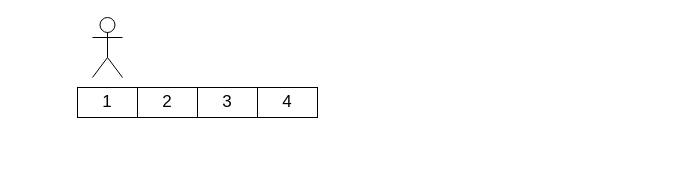
The draw.io diagram NPS/NPS Diagram.dio in prdesalvo/jupyter_notebooks, before the edit. Source tidied: cells renumbered, new cells numbered last; positions are measured from the earlier drawing's top-left corner, leaving out a move shared by most shapes. Both pictures are drawn from the tidied source at 100%, with x=0, y=0 at pixel (77, 17).
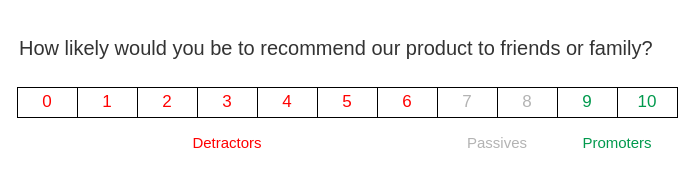
After the change.

What changed in the source:
```diff
@@
-    <mxCell id="2" value="&lt;font style=&quot;font-size: 17px&quot;&gt;1&lt;/font&gt;" style="rounded=0;whiteSpace=wrap;html=1;" parent="1" vertex="1">
+    <mxCell id="2" value="&lt;font style=&quot;font-size: 17px&quot;&gt;1&lt;/font&gt;" style="rounded=0;whiteSpace=wrap;html=1;fontColor=#FF0000;" parent="1" vertex="1">
       <mxGeometry y="70" width="60" height="30" as="geometry" />
     </mxCell>
-    <mxCell id="3" value="&lt;font style=&quot;font-size: 17px&quot;&gt;2&lt;/font&gt;" style="rounded=0;whiteSpace=wrap;html=1;" parent="1" vertex="1">
+    <mxCell id="3" value="&lt;font style=&quot;font-size: 17px&quot;&gt;2&lt;/font&gt;" style="rounded=0;whiteSpace=wrap;html=1;fontColor=#FF0000;" parent="1" vertex="1">
       <mxGeometry x="60" y="70" width="60" height="30" as="geometry" />
     </mxCell>
-    <mxCell id="4" value="&lt;font style=&quot;font-size: 17px&quot;&gt;3&lt;/font&gt;" style="rounded=0;whiteSpace=wrap;html=1;" parent="1" vertex="1">
+    <mxCell id="4" value="&lt;font style=&quot;font-size: 17px&quot;&gt;3&lt;/font&gt;" style="rounded=0;whiteSpace=wrap;html=1;fontColor=#FF0000;" parent="1" vertex="1">
       <mxGeometry x="120" y="70" width="60" height="30" as="geometry" />
     </mxCell>
-    <mxCell id="5" value="&lt;font style=&quot;font-size: 17px&quot;&gt;4&lt;/font&gt;" style="rounded=0;whiteSpace=wrap;html=1;" parent="1" vertex="1">
+    <mxCell id="5" value="&lt;font style=&quot;font-size: 17px&quot;&gt;4&lt;/font&gt;" style="rounded=0;whiteSpace=wrap;html=1;fontColor=#FF0000;" parent="1" vertex="1">
       <mxGeometry x="180" y="70" width="60" height="30" as="geometry" />
     </mxCell>
-    <mxCell id="6" style="shape=umlActor;verticalLabelPosition=bottom;labelBackgroundColor=#ffffff;verticalAlign=top;html=1;" parent="1" vertex="1">
-      <mxGeometry x="15" width="30" height="60" as="geometry" />
-    </mxCell>
+    <mxCell id="7" value="&lt;font style=&quot;font-size: 17px&quot;&gt;5&lt;/font&gt;" style="rounded=0;whiteSpace=wrap;html=1;fontColor=#FF0000;" parent="1" vertex="1">
+      <mxGeometry x="240" y="70" width="60" height="30" as="geometry" />
+    </mxCell>
+    <mxCell id="8" value="&lt;font style=&quot;font-size: 17px&quot;&gt;6&lt;/font&gt;" style="rounded=0;whiteSpace=wrap;html=1;fontColor=#FF0000;" parent="1" vertex="1">
+      <mxGeometry x="300" y="70" width="60" height="30" as="geometry" />
+    </mxCell>
+    <mxCell id="9" value="&lt;font style=&quot;font-size: 17px&quot;&gt;7&lt;/font&gt;" style="rounded=0;whiteSpace=wrap;html=1;fontColor=#B3B3B3;" parent="1" vertex="1">
+      <mxGeometry x="360" y="70" width="60" height="30" as="geometry" />
+    </mxCell>
+    <mxCell id="10" value="&lt;font style=&quot;font-size: 17px&quot;&gt;8&lt;/font&gt;" style="rounded=0;whiteSpace=wrap;html=1;fontColor=#B3B3B3;" parent="1" vertex="1">
+      <mxGeometry x="420" y="70" width="60" height="30" as="geometry" />
+    </mxCell>
+    <mxCell id="11" value="&lt;font style=&quot;font-size: 17px&quot;&gt;10&lt;/font&gt;" style="rounded=0;whiteSpace=wrap;html=1;fontColor=#00994D;" parent="1" vertex="1">
+      <mxGeometry x="540" y="70" width="60" height="30" as="geometry" />
+    </mxCell>
+    <mxCell id="12" value="&lt;font style=&quot;font-size: 17px&quot;&gt;9&lt;/font&gt;" style="rounded=0;whiteSpace=wrap;html=1;fontColor=#00994D;" parent="1" vertex="1">
+      <mxGeometry x="480" y="70" width="60" height="30" as="geometry" />
+    </mxCell>
+    <mxCell id="13" value="Detractors" style="text;html=1;strokeColor=none;fillColor=none;align=center;verticalAlign=middle;whiteSpace=wrap;rounded=0;fontSize=15;fontColor=#FF0000;fontStyle=0;" parent="1" vertex="1">
+      <mxGeometry x="110" y="100" width="80" height="50" as="geometry" />
+    </mxCell>
+    <mxCell id="14" value="&lt;font style=&quot;font-size: 17px&quot;&gt;0&lt;/font&gt;" style="rounded=0;whiteSpace=wrap;html=1;fontColor=#FF0000;" parent="1" vertex="1">
+      <mxGeometry x="-60" y="70" width="60" height="30" as="geometry" />
+    </mxCell>
+    <mxCell id="15" style="edgeStyle=orthogonalEdgeStyle;rounded=0;html=1;exitX=0.75;exitY=0;entryX=0.75;entryY=0;jettySize=auto;orthogonalLoop=1;fontSize=15;fontColor=#009900;" parent="1" edge="1">
+      <mxGeometry relative="1" as="geometry">
+        <mxPoint x="-10" y="14" as="sourcePoint" />
+        <mxPoint x="-10" y="14" as="targetPoint" />
+      </mxGeometry>
+    </mxCell>
+    <mxCell id="16" value="Passives" style="text;html=1;strokeColor=none;fillColor=none;align=center;verticalAlign=middle;whiteSpace=wrap;rounded=0;fontSize=15;fontColor=#B3B3B3;fontStyle=0;" parent="1" vertex="1">
+      <mxGeometry x="380" y="100" width="80" height="50" as="geometry" />
+    </mxCell>
+    <mxCell id="17" value="Promoters" style="text;html=1;strokeColor=none;fillColor=none;align=center;verticalAlign=middle;whiteSpace=wrap;rounded=0;fontSize=15;fontColor=#00994D;fontStyle=0;" parent="1" vertex="1">
+      <mxGeometry x="500" y="100" width="80" height="50" as="geometry" />
+    </mxCell>
+    <mxCell id="18" style="edgeStyle=orthogonalEdgeStyle;rounded=0;html=1;exitX=0.5;exitY=1;entryX=0.5;entryY=1;jettySize=auto;orthogonalLoop=1;fontSize=15;fontColor=#333333;" parent="1" edge="1" source="13" target="13">
+      <mxGeometry relative="1" as="geometry" />
+    </mxCell>
+    <mxCell id="19" style="edgeStyle=orthogonalEdgeStyle;rounded=0;html=1;exitX=0.5;exitY=1;entryX=0.5;entryY=1;jettySize=auto;orthogonalLoop=1;fontSize=15;fontColor=#FF0000;fontStyle=1;" parent="1" edge="1" source="16" target="16">
+      <mxGeometry relative="1" as="geometry" />
+    </mxCell>
+    <mxCell id="20" value="How likely would you be to recommend our product to friends or family?" style="text;html=1;strokeColor=none;fillColor=none;align=left;verticalAlign=middle;whiteSpace=wrap;rounded=0;fontSize=20;fontColor=#333333;" parent="1" vertex="1">
+      <mxGeometry x="-60" y="20" width="665" height="20" as="geometry" />
+    </mxCell>
+    <mxCell id="21" style="edgeStyle=orthogonalEdgeStyle;rounded=0;html=1;exitX=0;exitY=0.25;entryX=0;entryY=0.25;jettySize=auto;orthogonalLoop=1;fontSize=20;fontColor=#FF0000;" parent="1" edge="1" source="7" target="7">
+      <mxGeometry relative="1" as="geometry" />
+    </mxCell>
```
